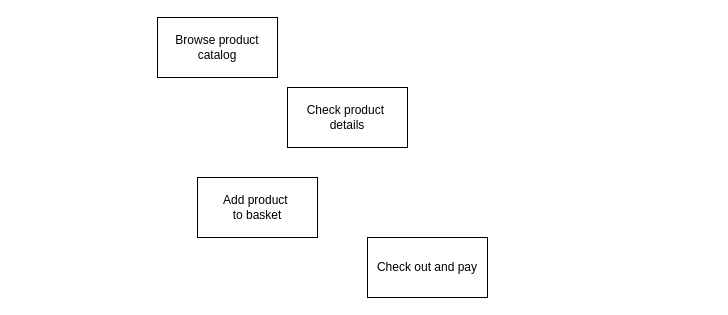
Earlier version of the draw.io diagram page "5.13" (13 of 13) of ch05.drawio (abunuwas/api-sec-book-imgs). Source tidied: cells renumbered, new cells numbered last; positions are measured from the earlier drawing's top-left corner, leaving out a move shared by most shapes. Both pictures are drawn from the tidied source at 100%, with x=0, y=0 at pixel (157, 17).
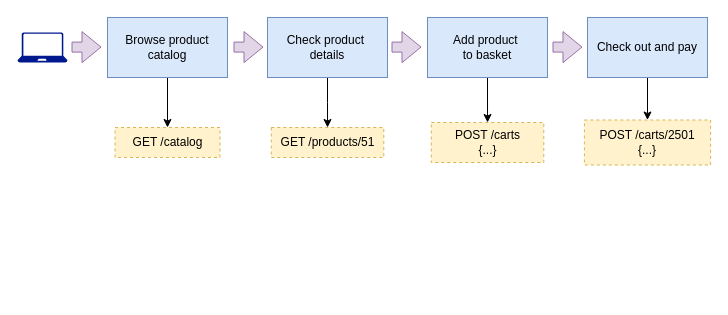
After the change.

Change to the diagram source:
```diff
@@
+    <mxCell id="6" style="edgeStyle=orthogonalEdgeStyle;rounded=0;jettySize=auto;html=1;entryX=0.5;entryY=0;entryDx=0;entryDy=0;" parent="1" edge="1" source="2" target="15">
+      <mxGeometry relative="1" as="geometry" />
+    </mxCell>
-    <mxCell id="2" value="Browse product catalog" style="rounded=0;whiteSpace=wrap;html=1;" parent="1" vertex="1">
-      <mxGeometry width="120" height="60" as="geometry" />
+    <mxCell id="2" value="Browse product catalog" style="rounded=0;whiteSpace=wrap;html=1;fillColor=#dae8fc;strokeColor=#6c8ebf;" parent="1" vertex="1">
+      <mxGeometry x="-50" width="120" height="60" as="geometry" />
     </mxCell>
+    <mxCell id="7" style="edgeStyle=orthogonalEdgeStyle;rounded=0;jettySize=auto;html=1;entryX=0.5;entryY=0;entryDx=0;entryDy=0;" parent="1" edge="1" source="3" target="16">
+      <mxGeometry relative="1" as="geometry" />
+    </mxCell>
-    <mxCell id="3" value="Check product&amp;nbsp;&lt;div&gt;details&lt;/div&gt;" style="rounded=0;whiteSpace=wrap;html=1;" parent="1" vertex="1">
-      <mxGeometry x="130" y="70" width="120" height="60" as="geometry" />
+    <mxCell id="3" value="Check product&amp;nbsp;&lt;div&gt;details&lt;/div&gt;" style="rounded=0;whiteSpace=wrap;html=1;fillColor=#dae8fc;strokeColor=#6c8ebf;" parent="1" vertex="1">
+      <mxGeometry x="110" width="120" height="60" as="geometry" />
     </mxCell>
+    <mxCell id="8" style="edgeStyle=orthogonalEdgeStyle;rounded=0;jettySize=auto;html=1;entryX=0.5;entryY=0;entryDx=0;entryDy=0;" parent="1" edge="1" source="4" target="17">
+      <mxGeometry relative="1" as="geometry" />
+    </mxCell>
-    <mxCell id="4" value="Add product&amp;nbsp;&lt;div&gt;to&amp;nbsp;&lt;span style=&quot;background-color: initial;&quot;&gt;basket&lt;/span&gt;&lt;/div&gt;" style="rounded=0;whiteSpace=wrap;html=1;" parent="1" vertex="1">
-      <mxGeometry x="40" y="160" width="120" height="60" as="geometry" />
+    <mxCell id="4" value="Add product&amp;nbsp;&lt;div&gt;to&amp;nbsp;&lt;span style=&quot;background-color: initial;&quot;&gt;basket&lt;/span&gt;&lt;/div&gt;" style="rounded=0;whiteSpace=wrap;html=1;fillColor=#dae8fc;strokeColor=#6c8ebf;" parent="1" vertex="1">
+      <mxGeometry x="270" width="120" height="60" as="geometry" />
     </mxCell>
+    <mxCell id="9" style="edgeStyle=orthogonalEdgeStyle;rounded=0;jettySize=auto;html=1;entryX=0.5;entryY=0;entryDx=0;entryDy=0;" parent="1" edge="1" source="5" target="18">
+      <mxGeometry relative="1" as="geometry" />
+    </mxCell>
-    <mxCell id="5" value="Check out and pay" style="rounded=0;whiteSpace=wrap;html=1;" parent="1" vertex="1">
-      <mxGeometry x="210" y="220" width="120" height="60" as="geometry" />
+    <mxCell id="5" value="Check out and pay" style="rounded=0;whiteSpace=wrap;html=1;fillColor=#dae8fc;strokeColor=#6c8ebf;" parent="1" vertex="1">
+      <mxGeometry x="430" width="120" height="60" as="geometry" />
     </mxCell>
+    <mxCell id="10" style="sketch=0;shadow=0;dashed=0;html=1;strokeColor=none;labelPosition=center;verticalLabelPosition=bottom;verticalAlign=top;align=center;fillColor=#00188D;shape=mxgraph.azure.laptop;" parent="1" vertex="1">
+      <mxGeometry x="-140" y="15" width="50" height="30" as="geometry" />
+    </mxCell>
+    <mxCell id="11" style="shape=flexArrow;endArrow=classic;html=1;rounded=0;fillColor=#e1d5e7;strokeColor=#9673a6;" parent="1" edge="1">
+      <mxGeometry relative="1" as="geometry">
+        <mxPoint x="-86" y="29.6" as="sourcePoint" />
+        <mxPoint x="-56" y="29.6" as="targetPoint" />
+      </mxGeometry>
+    </mxCell>
+    <mxCell id="12" style="shape=flexArrow;endArrow=classic;html=1;rounded=0;fillColor=#e1d5e7;strokeColor=#9673a6;" parent="1" edge="1">
+      <mxGeometry relative="1" as="geometry">
+        <mxPoint x="76" y="29.6" as="sourcePoint" />
+        <mxPoint x="106" y="29.6" as="targetPoint" />
+      </mxGeometry>
+    </mxCell>
+    <mxCell id="13" style="shape=flexArrow;endArrow=classic;html=1;rounded=0;fillColor=#e1d5e7;strokeColor=#9673a6;" parent="1" edge="1">
+      <mxGeometry relative="1" as="geometry">
+        <mxPoint x="234" y="29.6" as="sourcePoint" />
+        <mxPoint x="264" y="29.6" as="targetPoint" />
+      </mxGeometry>
+    </mxCell>
+    <mxCell id="14" style="shape=flexArrow;endArrow=classic;html=1;rounded=0;fillColor=#e1d5e7;strokeColor=#9673a6;" parent="1" edge="1">
+      <mxGeometry relative="1" as="geometry">
+        <mxPoint x="395" y="29.6" as="sourcePoint" />
+        <mxPoint x="425" y="29.6" as="targetPoint" />
+      </mxGeometry>
+    </mxCell>
+    <mxCell id="15" value="GET /catalog" style="text;html=1;align=center;verticalAlign=middle;whiteSpace=wrap;rounded=0;strokeColor=#d6b656;dashed=1;fillColor=#fff2cc;" parent="1" vertex="1">
+      <mxGeometry x="-42.5" y="110" width="105" height="30" as="geometry" />
+    </mxCell>
+    <mxCell id="16" value="GET /products/51" style="text;html=1;align=center;verticalAlign=middle;whiteSpace=wrap;rounded=0;strokeColor=#d6b656;dashed=1;fillColor=#fff2cc;" parent="1" vertex="1">
+      <mxGeometry x="113.8" y="110" width="112.5" height="30" as="geometry" />
+    </mxCell>
+    <mxCell id="17" value="POST /carts&lt;div&gt;{...}&lt;/div&gt;" style="text;html=1;align=center;verticalAlign=middle;whiteSpace=wrap;rounded=0;strokeColor=#d6b656;dashed=1;fillColor=#fff2cc;" parent="1" vertex="1">
+      <mxGeometry x="273.8" y="105" width="112.5" height="40" as="geometry" />
+    </mxCell>
+    <mxCell id="18" value="POST /carts/2501&lt;div&gt;{...}&lt;/div&gt;" style="text;html=1;align=center;verticalAlign=middle;whiteSpace=wrap;rounded=0;strokeColor=#d6b656;dashed=1;fillColor=#fff2cc;" parent="1" vertex="1">
+      <mxGeometry x="426.9" y="102.5" width="126.2" height="45" as="geometry" />
+    </mxCell>
```
